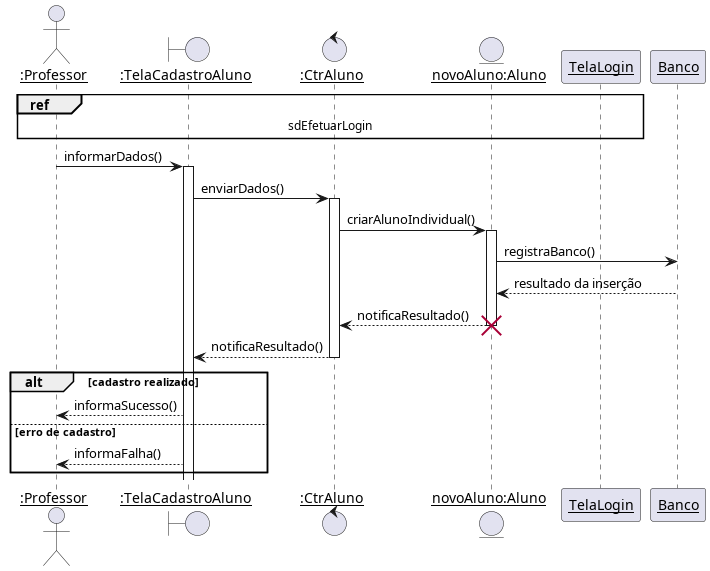
Before: diagramas/sequencia/adicionar_aluno.png, a diagram exported from PlantUML (Pedro-V/projetorium). Its diagram source:
```plantuml
@startuml
skinparam sequenceParticipant underline

actor ":Professor" as Professor
boundary ":TelaCadastroAluno" as TelaCadastroAluno
control ":CtrAluno" as CtrAluno
entity "novoAluno:Aluno" as novoAluno

ref over Professor, TelaLogin : sdEfetuarLogin

Professor -> TelaCadastroAluno ++: informarDados()
TelaCadastroAluno -> CtrAluno ++: enviarDados()
CtrAluno -> novoAluno ++: criarAlunoIndividual()
novoAluno -> Banco : registraBanco()
Banco --> novoAluno : resultado da inserção
novoAluno --> CtrAluno --: notificaResultado()
destroy novoAluno
CtrAluno --> TelaCadastroAluno --: notificaResultado()

alt cadastro realizado
    TelaCadastroAluno --> Professor : informaSucesso()
else erro de cadastro
    TelaCadastroAluno --> Professor : informaFalha()
end
@enduml
```
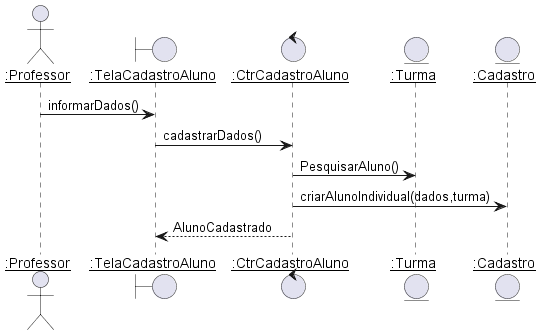
Above is the later version.

Commit message:
Diagrama Revisado

The edit, as a diff of the source:
```diff
@@ -1,25 +1,16 @@
-@startuml
+@startuml adcionar_aluno
 skinparam sequenceParticipant underline
 
 actor ":Professor" as Professor
 boundary ":TelaCadastroAluno" as TelaCadastroAluno
-control ":CtrAluno" as CtrAluno
-entity "novoAluno:Aluno" as novoAluno
+control ":CtrCadastroAluno" as CtrCadastroAluno
+entity ":Turma" as Turma
+entity ":Cadastro" as Cadastro
 
-ref over Professor, TelaLogin : sdEfetuarLogin
+Professor -> TelaCadastroAluno : informarDados()
+TelaCadastroAluno -> CtrCadastroAluno : cadastrarDados()
+CtrCadastroAluno -> Turma : PesquisarAluno()
+CtrCadastroAluno -> Cadastro : criarAlunoIndividual(dados,turma)
+CtrCadastroAluno --> TelaCadastroAluno : AlunoCadastrado
 
-Professor -> TelaCadastroAluno ++: informarDados()
-TelaCadastroAluno -> CtrAluno ++: enviarDados()
-CtrAluno -> novoAluno ++: criarAlunoIndividual()
-novoAluno -> Banco : registraBanco()
-Banco --> novoAluno : resultado da inserção
-novoAluno --> CtrAluno --: notificaResultado()
-destroy novoAluno
-CtrAluno --> TelaCadastroAluno --: notificaResultado()
-
-alt cadastro realizado
-    TelaCadastroAluno --> Professor : informaSucesso()
-else erro de cadastro
-    TelaCadastroAluno --> Professor : informaFalha()
-end
 @enduml
```
